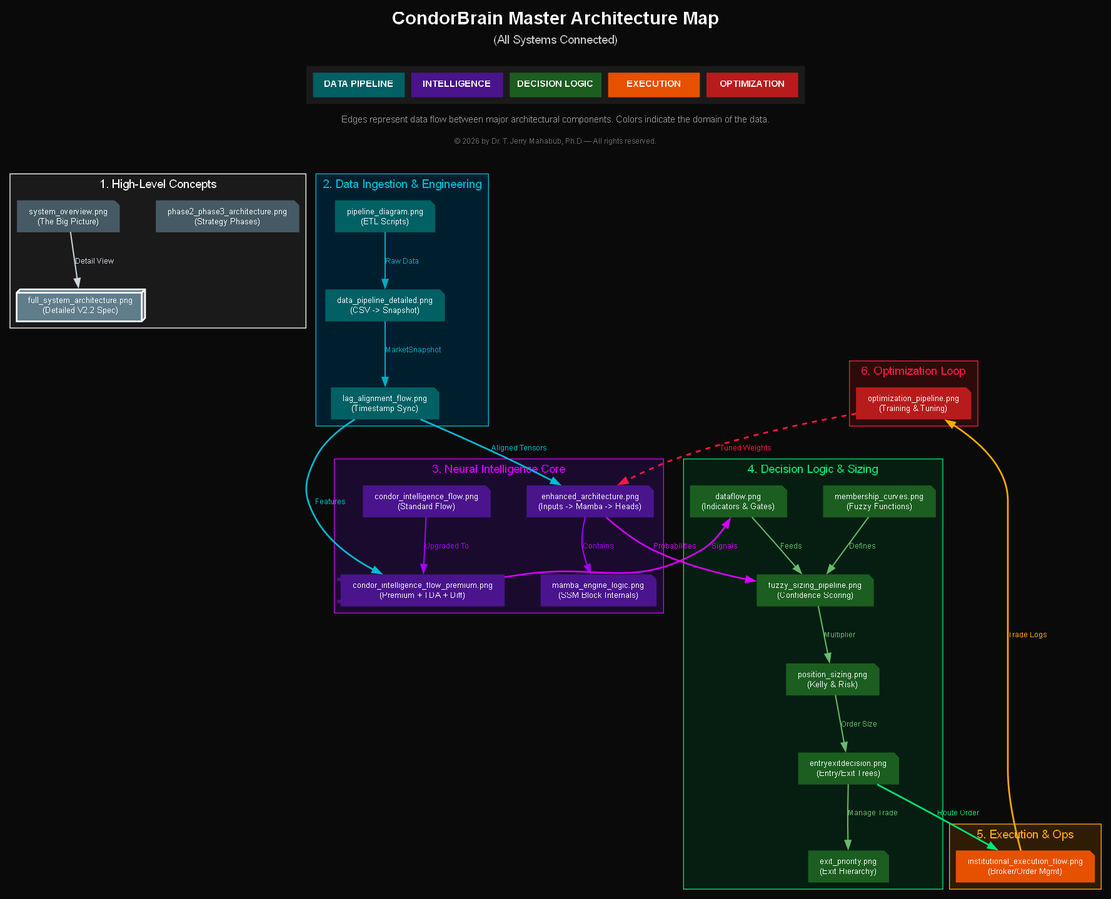
The Graphviz diagram docs/architecture/diagram_map.png in trextrader/spy-iron-condor-trading, before a commit. Its source is kept beside it as docs/architecture/diagram_map.dot.
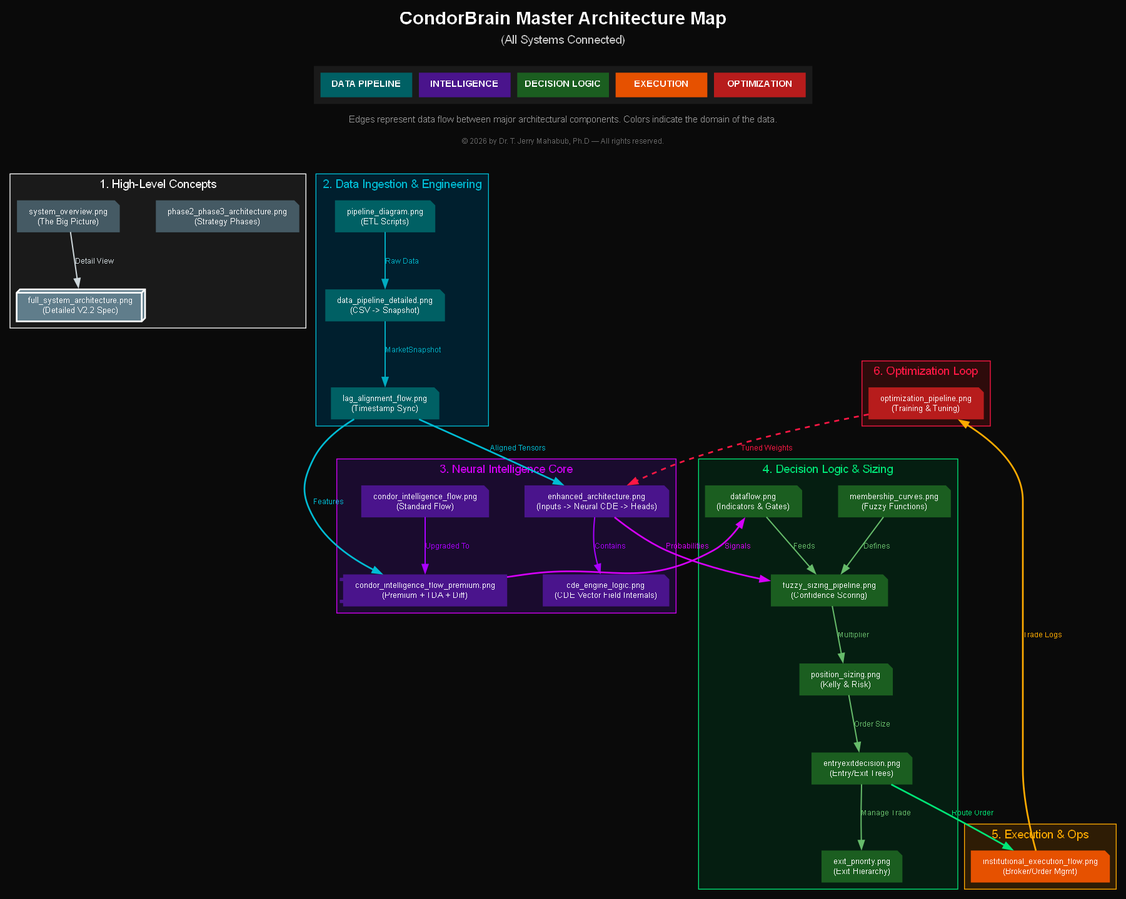
The same diagram one commit later.

The edit, as a diff of the source:
```diff
@@ -74,8 +74,8 @@
 
         node [fillcolor="#4a148c", fontcolor="white"]; // Purple Nodes
 
-        d_enhanced [label="enhanced_architecture.png\n(Inputs -> Mamba -> Heads)", href="enhanced_architecture.png"];
-        d_mamba_logic [label="mamba_engine_logic.png\n(SSM Block Internals)", href="mamba_engine_logic.png"];
+        d_enhanced [label="enhanced_architecture.png\n(Inputs -> Neural CDE -> Heads)", href="enhanced_architecture.png"];
+        d_mamba_logic [label="cde_engine_logic.png\n(CDE Vector Field Internals)", href="cde_engine_logic.png"];
         d_flow [label="condor_intelligence_flow.png\n(Standard Flow)", href="condor_intelligence_flow.png"];
         d_flow_prem [label="condor_intelligence_flow_premium.png\n(Premium + TDA + Diff)", href="condor_intelligence_flow_premium.png", shape=component];
 
```
